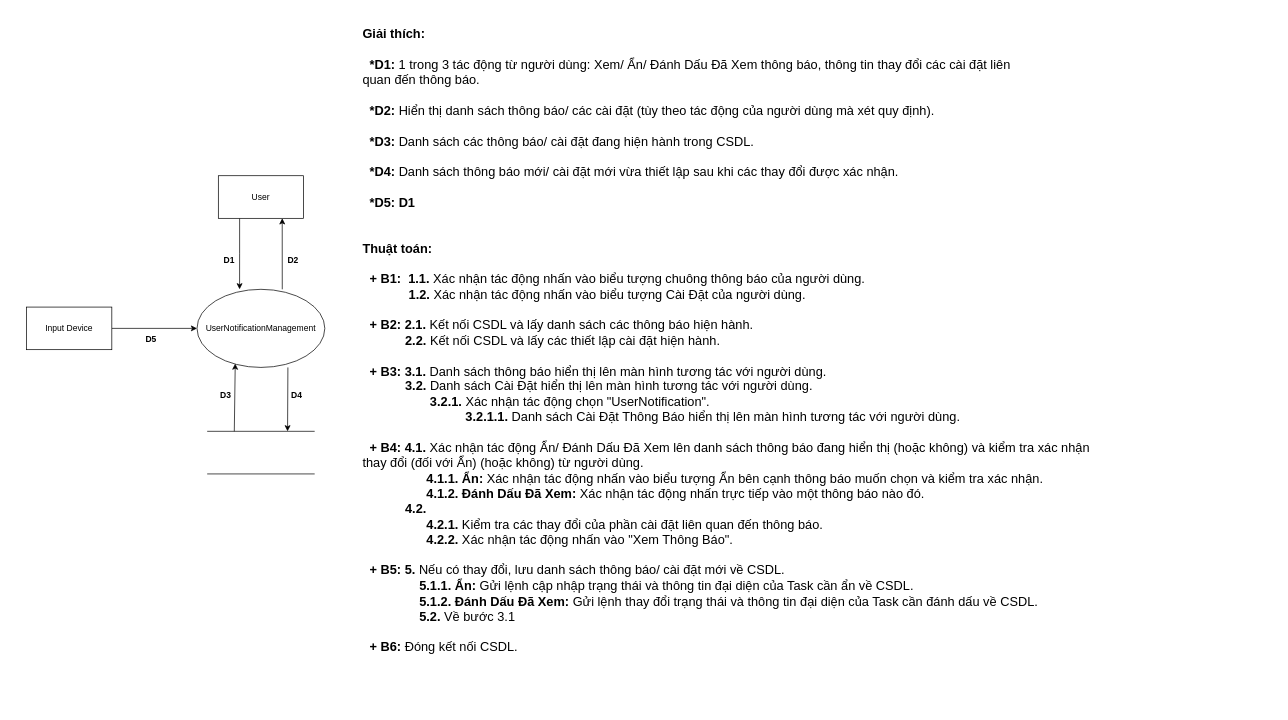
The draw.io diagram ToDoApp-Doc/Document/Diagram/General Diagram/UserNotificationManagement/TQ_UserNotificationManagement.drawio in Merevoli-DatLuu/To-Do-App, before the edit. Source tidied: cells renumbered, new cells numbered last; positions are measured from the earlier drawing's top-left corner, leaving out a move shared by most shapes. Both pictures are drawn from the tidied source at 71%, with x=0, y=0 at pixel (12, 12).
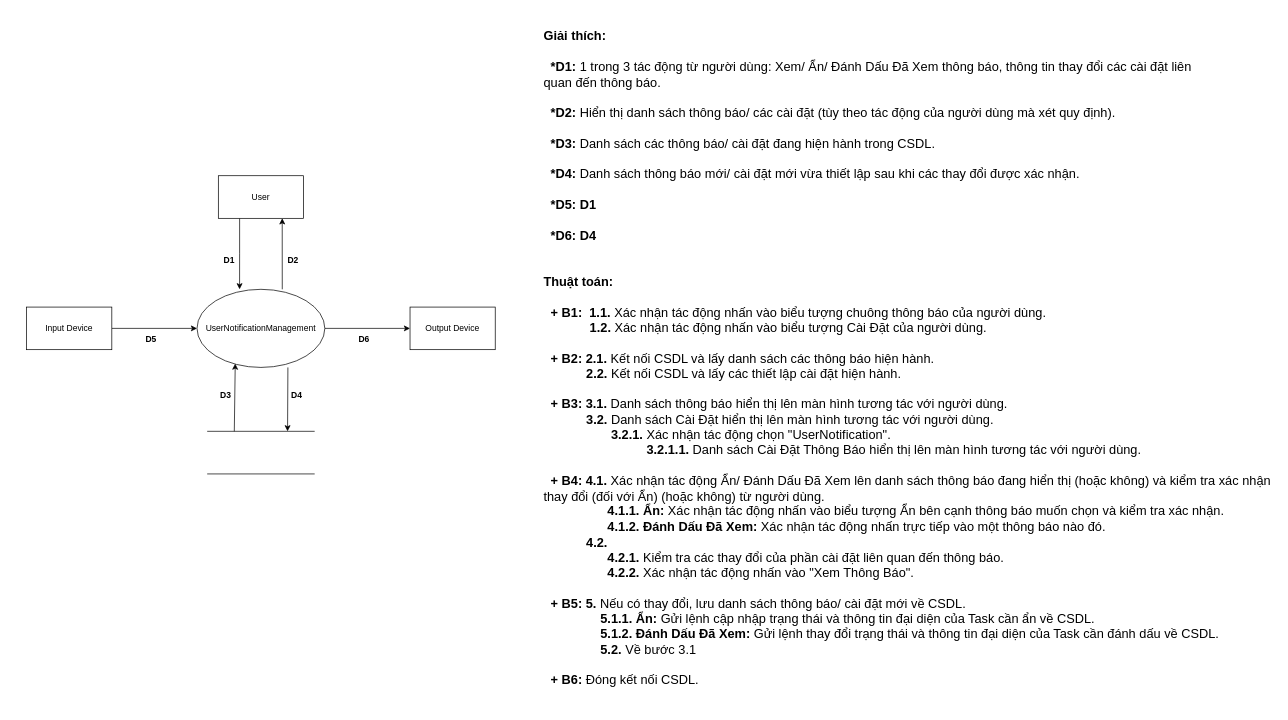
The same diagram, later.

The change refers to these unchanged cells:
```xml
<mxCell id="5" value="UserNotificationManagement" style="ellipse;whiteSpace=wrap;html=1;" parent="1" vertex="1">
  <mxGeometry x="260" y="390" width="180" height="110" as="geometry" />
</mxCell>
```

Diff of the diagram source:
```diff
@@
     <mxCell id="2" style="html=1;dashed=0;whitespace=wrap;strokeColor=none;" parent="1" vertex="1">
-      <mxGeometry width="1540" height="930" as="geometry" />
+      <mxGeometry width="1780" height="980" as="geometry" />
     </mxCell>
@@
+    <mxCell id="18" style="edgeStyle=orthogonalEdgeStyle;rounded=0;jettySize=auto;html=1;entryX=0;entryY=0.5;entryDx=0;entryDy=0;" parent="1" edge="1" source="5" target="19">
+      <mxGeometry relative="1" as="geometry" />
+    </mxCell>
@@
-    <mxCell id="17" value="&lt;div style=&quot;text-align: justify&quot;&gt;&lt;b style=&quot;font-size: 18px&quot;&gt;Giải thích:&lt;/b&gt;&lt;/div&gt;&lt;div style=&quot;text-align: justify&quot;&gt;&lt;b style=&quot;font-size: 18px&quot;&gt;&lt;br&gt;&lt;/b&gt;&lt;/div&gt;&lt;div style=&quot;font-size: 18px ; text-align: justify&quot;&gt;&lt;b&gt;&amp;nbsp; *D1:&amp;nbsp;&lt;/b&gt;1 trong 3&amp;nbsp;tác động từ người dùng: Xem/ Ẩn/ Đánh Dấu Đã Xem thông báo, thông tin thay đổi các cài đặt liên&lt;/div&gt;&lt;div style=&quot;font-size: 18px ; text-align: justify&quot;&gt;quan đến thông báo.&lt;/div&gt;&lt;div style=&quot;font-size: 18px ; text-align: justify&quot;&gt;&lt;br&gt;&lt;/div&gt;&lt;div style=&quot;font-size: 18px ; text-align: justify&quot;&gt;&amp;nbsp;&amp;nbsp;&lt;b&gt;*D2:&amp;nbsp;&lt;/b&gt;Hiển thị danh sách thông báo/ các cài đặt (tùy theo tác động của người dùng mà xét quy định).&lt;/div&gt;&lt;div style=&quot;font-size: 18px ; text-align: justify&quot;&gt;&lt;br&gt;&lt;/div&gt;&lt;div style=&quot;font-size: 18px ; text-align: justify&quot;&gt;&amp;nbsp;&amp;nbsp;&lt;b&gt;*D3:&lt;/b&gt;&amp;nbsp;Danh sách các thông báo/ cài đặt đang hiện hành trong CSDL.&lt;/div&gt;&lt;div style=&quot;font-size: 18px ; text-align: justify&quot;&gt;&lt;br&gt;&lt;/div&gt;&lt;div style=&quot;font-size: 18px ; text-align: justify&quot;&gt;&amp;nbsp;&amp;nbsp;&lt;b&gt;*D4:&amp;nbsp;&lt;/b&gt;Danh sách thông báo mới/ cài đặt mới vừa thiết lập sau khi các thay đổi được xác nhận.&lt;/div&gt;&lt;div style=&quot;font-size: 18px ; text-align: justify&quot;&gt;&lt;br&gt;&lt;/div&gt;&lt;div style=&quot;font-size: 18px ; text-align: justify&quot;&gt;&amp;nbsp;&amp;nbsp;&lt;b&gt;*D5: D1&lt;/b&gt;&lt;/div&gt;&lt;div style=&quot;font-size: 18px ; text-align: justify&quot;&gt;&lt;br&gt;&lt;/div&gt;&lt;div style=&quot;font-size: 18px ; text-align: justify&quot;&gt;&lt;br&gt;&lt;/div&gt;&lt;div style=&quot;font-size: 18px ; text-align: justify&quot;&gt;&lt;b&gt;Thuật toán:&lt;/b&gt;&lt;/div&gt;&lt;div style=&quot;font-size: 18px ; text-align: justify&quot;&gt;&lt;b&gt;&lt;br&gt;&lt;/b&gt;&lt;/div&gt;&lt;div style=&quot;font-size: 18px ; text-align: justify&quot;&gt;&lt;b&gt;&amp;nbsp; + B1:&amp;nbsp; 1.1.&amp;nbsp;&lt;/b&gt;Xác nhận tác động nhấn vào biểu tượng chuông thông báo của người dùng.&lt;/div&gt;&lt;div style=&quot;font-size: 18px ; text-align: justify&quot;&gt;&amp;nbsp; &amp;nbsp; &amp;nbsp; &amp;nbsp; &amp;nbsp; &amp;nbsp; &amp;nbsp;&lt;b&gt;1.2.&amp;nbsp;&lt;/b&gt;Xác nhận tác động nhấn vào biểu tượng Cài Đặt của người dùng.&lt;/div&gt;&lt;div style=&quot;font-size: 18px ; text-align: justify&quot;&gt;&lt;br&gt;&lt;/div&gt;&lt;div style=&quot;font-size: 18px ; text-align: justify&quot;&gt;&lt;b&gt;&amp;nbsp; + B2: 2.1.&amp;nbsp;&lt;/b&gt;Kết nối CSDL và lấy danh sách các thông báo hiện hành.&lt;/div&gt;&lt;div style=&quot;font-size: 18px ; text-align: justify&quot;&gt;&amp;nbsp; &amp;nbsp; &amp;nbsp; &amp;nbsp; &amp;nbsp; &amp;nbsp; &lt;b&gt;2.2.&lt;/b&gt;&amp;nbsp;Kết nối CSDL và lấy các thiết lập cài đặt hiện hành.&lt;/div&gt;&lt;div style=&quot;font-size: 18px ; text-align: justify&quot;&gt;&lt;br&gt;&lt;/div&gt;&lt;div style=&quot;font-size: 18px ; text-align: justify&quot;&gt;&lt;b&gt;&amp;nbsp; + B3: 3.1.&amp;nbsp;&lt;/b&gt;Danh sách thông báo hiển thị lên màn hình tương tác với người dùng.&lt;/div&gt;&lt;div style=&quot;font-size: 18px ; text-align: justify&quot;&gt;&amp;nbsp; &amp;nbsp; &amp;nbsp; &amp;nbsp; &amp;nbsp; &amp;nbsp; &lt;b&gt;3.2. &lt;/b&gt;Danh sách Cài Đặt hiển thị lên màn hình tương tác với người dùng.&lt;/div&gt;&lt;div style=&quot;font-size: 18px ; text-align: justify&quot;&gt;&amp;nbsp; &amp;nbsp; &amp;nbsp; &amp;nbsp; &amp;nbsp; &amp;nbsp; &amp;nbsp; &amp;nbsp; &amp;nbsp; &amp;nbsp;&lt;b&gt;3.2.1. &lt;/b&gt;Xác nhận tác động chọn &quot;UserNotification&quot;.&lt;/div&gt;&lt;div style=&quot;font-size: 18px ; text-align: justify&quot;&gt;&amp;nbsp; &amp;nbsp; &amp;nbsp; &amp;nbsp; &amp;nbsp; &amp;nbsp; &amp;nbsp; &amp;nbsp; &amp;nbsp; &amp;nbsp; &amp;nbsp; &amp;nbsp; &amp;nbsp; &amp;nbsp; &amp;nbsp;&lt;b&gt;3.2.1.1. &lt;/b&gt;Danh sách Cài Đặt Thông Báo hiển thị lên màn hình tương tác với người dùng.&lt;/div&gt;&lt;div style=&quot;font-size: 18px ; text-align: justify&quot;&gt;&lt;br&gt;&lt;/div&gt;&lt;div style=&quot;font-size: 18px ; text-align: justify&quot;&gt;&lt;b&gt;&amp;nbsp; + B4: 4.1.&amp;nbsp;&lt;/b&gt;Xác nhận&amp;nbsp;tác động Ẩn/ Đánh Dấu Đã Xem lên danh sách thông báo đang hiển thị (hoặc không) và kiểm tra xác nhận&lt;/div&gt;&lt;div style=&quot;font-size: 18px ; text-align: justify&quot;&gt;thay đổi (đối với Ẩn) (hoặc không)&amp;nbsp;&lt;span&gt;từ người dùng.&lt;/span&gt;&lt;/div&gt;&lt;div style=&quot;font-size: 18px ; text-align: justify&quot;&gt;&amp;nbsp; &amp;nbsp; &amp;nbsp; &amp;nbsp; &amp;nbsp; &amp;nbsp; &amp;nbsp; &amp;nbsp; &amp;nbsp; &lt;b&gt;4.1.1.&lt;/b&gt;&amp;nbsp;&lt;b&gt;Ẩn: &lt;/b&gt;Xác nhận tác động&amp;nbsp;nhấn vào biểu tượng Ẩn bên cạnh thông báo muốn chọn và kiểm tra xác nhận.&lt;/div&gt;&lt;div style=&quot;font-size: 18px ; text-align: justify&quot;&gt;&amp;nbsp; &amp;nbsp; &amp;nbsp; &amp;nbsp; &amp;nbsp; &amp;nbsp; &amp;nbsp; &amp;nbsp; &amp;nbsp; &lt;b&gt;4.1.2.&lt;/b&gt;&amp;nbsp;&lt;b&gt;Đánh Dấu Đã Xem: &lt;/b&gt;Xác nhận tác động&amp;nbsp;nhấn trực tiếp vào một thông báo nào đó.&lt;/div&gt;&lt;div style=&quot;font-size: 18px ; text-align: justify&quot;&gt;&amp;nbsp; &amp;nbsp; &amp;nbsp; &amp;nbsp; &amp;nbsp; &amp;nbsp; &lt;b&gt;4.2.&lt;/b&gt;&lt;/div&gt;&lt;div style=&quot;font-size: 18px ; text-align: justify&quot;&gt;&amp;nbsp; &amp;nbsp; &amp;nbsp; &amp;nbsp; &amp;nbsp; &amp;nbsp; &amp;nbsp; &amp;nbsp; &amp;nbsp;&amp;nbsp;&lt;b&gt;4.2.1.&amp;nbsp;&lt;/b&gt;Kiểm tra các thay đổi của phần cài đặt liên quan đến thông báo.&lt;/div&gt;&lt;div style=&quot;font-size: 18px ; text-align: justify&quot;&gt;&amp;nbsp; &amp;nbsp; &amp;nbsp; &amp;nbsp; &amp;nbsp; &amp;nbsp; &amp;nbsp; &amp;nbsp; &amp;nbsp;&amp;nbsp;&lt;b&gt;4.2.2. &lt;/b&gt;Xác nhận tác động nhấn vào &quot;Xem Thông Báo&quot;.&lt;/div&gt;&lt;div style=&quot;font-size: 18px ; text-align: justify&quot;&gt;&lt;br&gt;&lt;/div&gt;&lt;div style=&quot;font-size: 18px ; text-align: justify&quot;&gt;&lt;b&gt;&amp;nbsp; + B5:&amp;nbsp;&lt;/b&gt;&lt;b&gt;5.&lt;/b&gt;&lt;span&gt;&amp;nbsp;&lt;/span&gt;&lt;span&gt;Nếu có thay đổi, lưu danh sách thông báo/ cài đặt mới về CSDL.&amp;nbsp;&lt;/span&gt;&lt;/div&gt;&lt;div style=&quot;font-size: 18px ; text-align: justify&quot;&gt;&lt;span&gt;&lt;b&gt;&amp;nbsp; &amp;nbsp; &amp;nbsp; &amp;nbsp; &amp;nbsp; &amp;nbsp; &amp;nbsp; &amp;nbsp; 5.1.1.&lt;/b&gt;&amp;nbsp;&lt;/span&gt;&lt;b&gt;Ẩn: &lt;/b&gt;&lt;span&gt;Gửi lệnh cập nhập trạng thái và thông tin đại diện của Task cần ẩn về CSDL.&lt;/span&gt;&lt;/div&gt;&lt;div style=&quot;font-size: 18px ; text-align: justify&quot;&gt;&amp;nbsp; &amp;nbsp; &amp;nbsp; &amp;nbsp; &amp;nbsp; &amp;nbsp; &amp;nbsp; &amp;nbsp;&amp;nbsp;&lt;b&gt;5.1.2.&lt;/b&gt;&amp;nbsp;&lt;b&gt;Đánh Dấu Đã Xem: &lt;/b&gt;Gửi lệnh thay đổi trạng thái và thông tin đại diện của Task cần đánh dấu về CSDL.&lt;/div&gt;&lt;div style=&quot;font-size: 18px ; text-align: justify&quot;&gt;&amp;nbsp; &amp;nbsp; &amp;nbsp; &amp;nbsp; &amp;nbsp; &amp;nbsp; &amp;nbsp; &amp;nbsp; &lt;b&gt;5.2. &lt;/b&gt;Về bước 3.1&lt;/div&gt;&lt;div style=&quot;font-size: 18px ; text-align: justify&quot;&gt;&amp;nbsp; &amp;nbsp; &amp;nbsp; &amp;nbsp; &amp;nbsp; &amp;nbsp;&amp;nbsp;&lt;span&gt;&amp;nbsp; &amp;nbsp; &amp;nbsp;&amp;nbsp;&lt;/span&gt;&lt;/div&gt;&lt;div style=&quot;font-size: 18px ; text-align: justify&quot;&gt;&lt;b&gt;&amp;nbsp; + B6:&amp;nbsp;&lt;/b&gt;Đóng kết nối CSDL.&lt;/div&gt;&lt;div&gt;&lt;br&gt;&lt;/div&gt;" style="text;html=1;align=center;verticalAlign=middle;" parent="1" vertex="1">
-      <mxGeometry x="485" y="180" width="1040" height="580" as="geometry" />
+    <mxCell id="17" value="&lt;div style=&quot;text-align: justify&quot;&gt;&lt;b style=&quot;font-size: 18px&quot;&gt;Giải thích:&lt;/b&gt;&lt;/div&gt;&lt;div style=&quot;text-align: justify&quot;&gt;&lt;b style=&quot;font-size: 18px&quot;&gt;&lt;br&gt;&lt;/b&gt;&lt;/div&gt;&lt;div style=&quot;font-size: 18px ; text-align: justify&quot;&gt;&lt;b&gt;&amp;nbsp; *D1:&amp;nbsp;&lt;/b&gt;1 trong 3&amp;nbsp;tác động từ người dùng: Xem/ Ẩn/ Đánh Dấu Đã Xem thông báo, thông tin thay đổi các cài đặt liên&lt;/div&gt;&lt;div style=&quot;font-size: 18px ; text-align: justify&quot;&gt;quan đến thông báo.&lt;/div&gt;&lt;div style=&quot;font-size: 18px ; text-align: justify&quot;&gt;&lt;br&gt;&lt;/div&gt;&lt;div style=&quot;font-size: 18px ; text-align: justify&quot;&gt;&amp;nbsp;&amp;nbsp;&lt;b&gt;*D2:&amp;nbsp;&lt;/b&gt;Hiển thị danh sách thông báo/ các cài đặt (tùy theo tác động của người dùng mà xét quy định).&lt;/div&gt;&lt;div style=&quot;font-size: 18px ; text-align: justify&quot;&gt;&lt;br&gt;&lt;/div&gt;&lt;div style=&quot;font-size: 18px ; text-align: justify&quot;&gt;&amp;nbsp;&amp;nbsp;&lt;b&gt;*D3:&lt;/b&gt;&amp;nbsp;Danh sách các thông báo/ cài đặt đang hiện hành trong CSDL.&lt;/div&gt;&lt;div style=&quot;font-size: 18px ; text-align: justify&quot;&gt;&lt;br&gt;&lt;/div&gt;&lt;div style=&quot;font-size: 18px ; text-align: justify&quot;&gt;&amp;nbsp;&amp;nbsp;&lt;b&gt;*D4:&amp;nbsp;&lt;/b&gt;Danh sách thông báo mới/ cài đặt mới vừa thiết lập sau khi các thay đổi được xác nhận.&lt;/div&gt;&lt;div style=&quot;font-size: 18px ; text-align: justify&quot;&gt;&lt;br&gt;&lt;/div&gt;&lt;div style=&quot;font-size: 18px ; text-align: justify&quot;&gt;&amp;nbsp;&amp;nbsp;&lt;b&gt;*D5: D1&lt;/b&gt;&lt;/div&gt;&lt;div style=&quot;font-size: 18px ; text-align: justify&quot;&gt;&lt;b&gt;&lt;br&gt;&lt;/b&gt;&lt;/div&gt;&lt;div style=&quot;font-size: 18px ; text-align: justify&quot;&gt;&lt;b&gt;&amp;nbsp; *D6: D4&lt;/b&gt;&lt;/div&gt;&lt;div style=&quot;font-size: 18px ; text-align: justify&quot;&gt;&lt;br&gt;&lt;/div&gt;&lt;div style=&quot;font-size: 18px ; text-align: justify&quot;&gt;&lt;br&gt;&lt;/div&gt;&lt;div style=&quot;font-size: 18px ; text-align: justify&quot;&gt;&lt;b&gt;Thuật toán:&lt;/b&gt;&lt;/div&gt;&lt;div style=&quot;font-size: 18px ; text-align: justify&quot;&gt;&lt;b&gt;&lt;br&gt;&lt;/b&gt;&lt;/div&gt;&lt;div style=&quot;font-size: 18px ; text-align: justify&quot;&gt;&lt;b&gt;&amp;nbsp; + B1:&amp;nbsp; 1.1.&amp;nbsp;&lt;/b&gt;Xác nhận tác động nhấn vào biểu tượng chuông thông báo của người dùng.&lt;/div&gt;&lt;div style=&quot;font-size: 18px ; text-align: justify&quot;&gt;&amp;nbsp; &amp;nbsp; &amp;nbsp; &amp;nbsp; &amp;nbsp; &amp;nbsp; &amp;nbsp;&lt;b&gt;1.2.&amp;nbsp;&lt;/b&gt;Xác nhận tác động nhấn vào biểu tượng Cài Đặt của người dùng.&lt;/div&gt;&lt;div style=&quot;font-size: 18px ; text-align: justify&quot;&gt;&lt;br&gt;&lt;/div&gt;&lt;div style=&quot;font-size: 18px ; text-align: justify&quot;&gt;&lt;b&gt;&amp;nbsp; + B2: 2.1.&amp;nbsp;&lt;/b&gt;Kết nối CSDL và lấy danh sách các thông báo hiện hành.&lt;/div&gt;&lt;div style=&quot;font-size: 18px ; text-align: justify&quot;&gt;&amp;nbsp; &amp;nbsp; &amp;nbsp; &amp;nbsp; &amp;nbsp; &amp;nbsp; &lt;b&gt;2.2.&lt;/b&gt;&amp;nbsp;Kết nối CSDL và lấy các thiết lập cài đặt hiện hành.&lt;/div&gt;&lt;div style=&quot;font-size: 18px ; text-align: justify&quot;&gt;&lt;br&gt;&lt;/div&gt;&lt;div style=&quot;font-size: 18px ; text-align: justify&quot;&gt;&lt;b&gt;&amp;nbsp; + B3: 3.1.&amp;nbsp;&lt;/b&gt;Danh sách thông báo hiển thị lên màn hình tương tác với người dùng.&lt;/div&gt;&lt;div style=&quot;font-size: 18px ; text-align: justify&quot;&gt;&amp;nbsp; &amp;nbsp; &amp;nbsp; &amp;nbsp; &amp;nbsp; &amp;nbsp; &lt;b&gt;3.2. &lt;/b&gt;Danh sách Cài Đặt hiển thị lên màn hình tương tác với người dùng.&lt;/div&gt;&lt;div style=&quot;font-size: 18px ; text-align: justify&quot;&gt;&amp;nbsp; &amp;nbsp; &amp;nbsp; &amp;nbsp; &amp;nbsp; &amp;nbsp; &amp;nbsp; &amp;nbsp; &amp;nbsp; &amp;nbsp;&lt;b&gt;3.2.1. &lt;/b&gt;Xác nhận tác động chọn &quot;UserNotification&quot;.&lt;/div&gt;&lt;div style=&quot;font-size: 18px ; text-align: justify&quot;&gt;&amp;nbsp; &amp;nbsp; &amp;nbsp; &amp;nbsp; &amp;nbsp; &amp;nbsp; &amp;nbsp; &amp;nbsp; &amp;nbsp; &amp;nbsp; &amp;nbsp; &amp;nbsp; &amp;nbsp; &amp;nbsp; &amp;nbsp;&lt;b&gt;3.2.1.1. &lt;/b&gt;Danh sách Cài Đặt Thông Báo hiển thị lên màn hình tương tác với người dùng.&lt;/div&gt;&lt;div style=&quot;font-size: 18px ; text-align: justify&quot;&gt;&lt;br&gt;&lt;/div&gt;&lt;div style=&quot;font-size: 18px ; text-align: justify&quot;&gt;&lt;b&gt;&amp;nbsp; + B4: 4.1.&amp;nbsp;&lt;/b&gt;Xác nhận&amp;nbsp;tác động Ẩn/ Đánh Dấu Đã Xem lên danh sách thông báo đang hiển thị (hoặc không) và kiểm tra xác nhận&lt;/div&gt;&lt;div style=&quot;font-size: 18px ; text-align: justify&quot;&gt;thay đổi (đối với Ẩn) (hoặc không)&amp;nbsp;&lt;span&gt;từ người dùng.&lt;/span&gt;&lt;/div&gt;&lt;div style=&quot;font-size: 18px ; text-align: justify&quot;&gt;&amp;nbsp; &amp;nbsp; &amp;nbsp; &amp;nbsp; &amp;nbsp; &amp;nbsp; &amp;nbsp; &amp;nbsp; &amp;nbsp; &lt;b&gt;4.1.1.&lt;/b&gt;&amp;nbsp;&lt;b&gt;Ẩn: &lt;/b&gt;Xác nhận tác động&amp;nbsp;nhấn vào biểu tượng Ẩn bên cạnh thông báo muốn chọn và kiểm tra xác nhận.&lt;/div&gt;&lt;div style=&quot;font-size: 18px ; text-align: justify&quot;&gt;&amp;nbsp; &amp;nbsp; &amp;nbsp; &amp;nbsp; &amp;nbsp; &amp;nbsp; &amp;nbsp; &amp;nbsp; &amp;nbsp; &lt;b&gt;4.1.2.&lt;/b&gt;&amp;nbsp;&lt;b&gt;Đánh Dấu Đã Xem: &lt;/b&gt;Xác nhận tác động&amp;nbsp;nhấn trực tiếp vào một thông báo nào đó.&lt;/div&gt;&lt;div style=&quot;font-size: 18px ; text-align: justify&quot;&gt;&amp;nbsp; &amp;nbsp; &amp;nbsp; &amp;nbsp; &amp;nbsp; &amp;nbsp; &lt;b&gt;4.2.&lt;/b&gt;&lt;/div&gt;&lt;div style=&quot;font-size: 18px ; text-align: justify&quot;&gt;&amp;nbsp; &amp;nbsp; &amp;nbsp; &amp;nbsp; &amp;nbsp; &amp;nbsp; &amp;nbsp; &amp;nbsp; &amp;nbsp;&amp;nbsp;&lt;b&gt;4.2.1.&amp;nbsp;&lt;/b&gt;Kiểm tra các thay đổi của phần cài đặt liên quan đến thông báo.&lt;/div&gt;&lt;div style=&quot;font-size: 18px ; text-align: justify&quot;&gt;&amp;nbsp; &amp;nbsp; &amp;nbsp; &amp;nbsp; &amp;nbsp; &amp;nbsp; &amp;nbsp; &amp;nbsp; &amp;nbsp;&amp;nbsp;&lt;b&gt;4.2.2. &lt;/b&gt;Xác nhận tác động nhấn vào &quot;Xem Thông Báo&quot;.&lt;/div&gt;&lt;div style=&quot;font-size: 18px ; text-align: justify&quot;&gt;&lt;br&gt;&lt;/div&gt;&lt;div style=&quot;font-size: 18px ; text-align: justify&quot;&gt;&lt;b&gt;&amp;nbsp; + B5:&amp;nbsp;&lt;/b&gt;&lt;b&gt;5.&lt;/b&gt;&lt;span&gt;&amp;nbsp;&lt;/span&gt;&lt;span&gt;Nếu có thay đổi, lưu danh sách thông báo/ cài đặt mới về CSDL.&amp;nbsp;&lt;/span&gt;&lt;/div&gt;&lt;div style=&quot;font-size: 18px ; text-align: justify&quot;&gt;&lt;span&gt;&lt;b&gt;&amp;nbsp; &amp;nbsp; &amp;nbsp; &amp;nbsp; &amp;nbsp; &amp;nbsp; &amp;nbsp; &amp;nbsp; 5.1.1.&lt;/b&gt;&amp;nbsp;&lt;/span&gt;&lt;b&gt;Ẩn: &lt;/b&gt;&lt;span&gt;Gửi lệnh cập nhập trạng thái và thông tin đại diện của Task cần ẩn về CSDL.&lt;/span&gt;&lt;/div&gt;&lt;div style=&quot;font-size: 18px ; text-align: justify&quot;&gt;&amp;nbsp; &amp;nbsp; &amp;nbsp; &amp;nbsp; &amp;nbsp; &amp;nbsp; &amp;nbsp; &amp;nbsp;&amp;nbsp;&lt;b&gt;5.1.2.&lt;/b&gt;&amp;nbsp;&lt;b&gt;Đánh Dấu Đã Xem: &lt;/b&gt;Gửi lệnh thay đổi trạng thái và thông tin đại diện của Task cần đánh dấu về CSDL.&lt;/div&gt;&lt;div style=&quot;font-size: 18px ; text-align: justify&quot;&gt;&amp;nbsp; &amp;nbsp; &amp;nbsp; &amp;nbsp; &amp;nbsp; &amp;nbsp; &amp;nbsp; &amp;nbsp; &lt;b&gt;5.2. &lt;/b&gt;Về bước 3.1&lt;/div&gt;&lt;div style=&quot;font-size: 18px ; text-align: justify&quot;&gt;&amp;nbsp; &amp;nbsp; &amp;nbsp; &amp;nbsp; &amp;nbsp; &amp;nbsp;&amp;nbsp;&lt;span&gt;&amp;nbsp; &amp;nbsp; &amp;nbsp;&amp;nbsp;&lt;/span&gt;&lt;/div&gt;&lt;div style=&quot;font-size: 18px ; text-align: justify&quot;&gt;&lt;b&gt;&amp;nbsp; + B6:&amp;nbsp;&lt;/b&gt;Đóng kết nối CSDL.&lt;/div&gt;&lt;div&gt;&lt;br&gt;&lt;/div&gt;" style="text;html=1;align=center;verticalAlign=middle;" parent="1" vertex="1">
+      <mxGeometry x="740" y="190" width="1040" height="610" as="geometry" />
     </mxCell>
+    <mxCell id="19" value="Output Device" style="rounded=0;whiteSpace=wrap;html=1;" parent="1" vertex="1">
+      <mxGeometry x="560" y="415" width="120" height="60" as="geometry" />
+    </mxCell>
+    <mxCell id="20" value="&lt;b&gt;D6&lt;/b&gt;" style="text;html=1;align=center;verticalAlign=middle;" parent="1" vertex="1">
+      <mxGeometry x="480" y="450" width="30" height="20" as="geometry" />
+    </mxCell>
```
